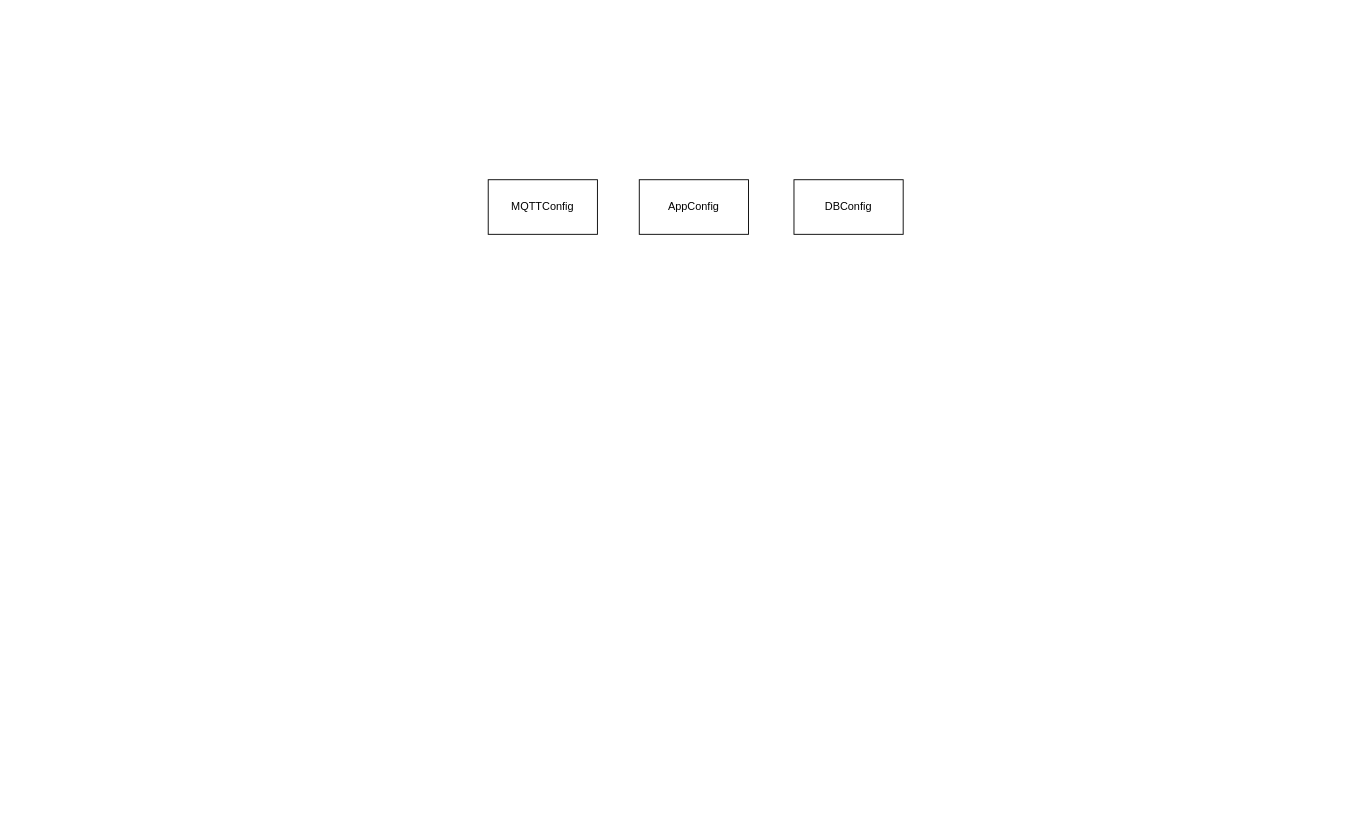
This is projects/IoT_Simulator/IoT_Simulator.drawio from codingpanda4396/industrial_Python_Learning, a draw.io file, before an edit. Source tidied: cells renumbered, new cells numbered last; positions are measured from the earlier drawing's top-left corner, leaving out a move shared by most shapes. Both pictures are drawn from the tidied source at 91%, with x=0, y=0 at pixel (488, 179).
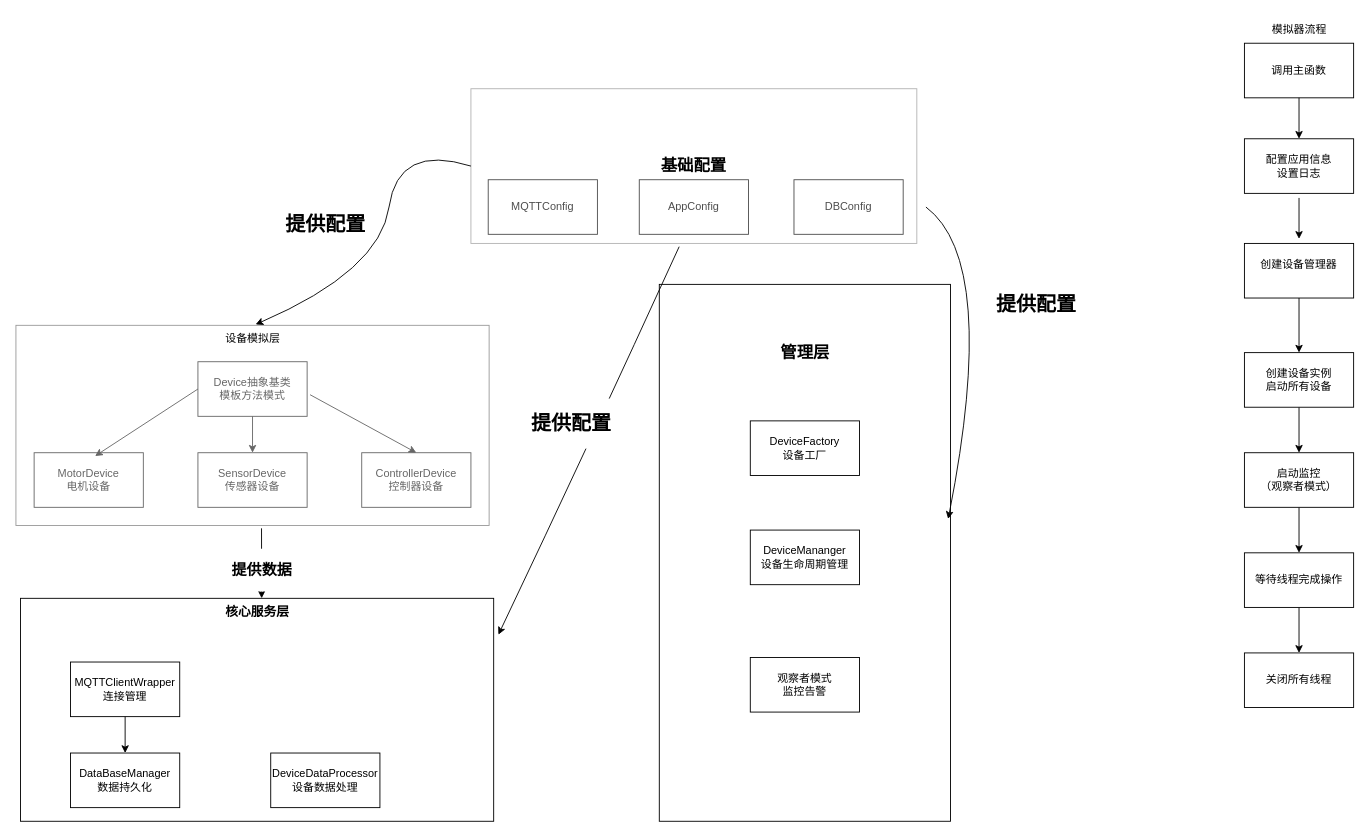
The same page after the edit.

What changed in the source:
```diff
@@
+    <mxCell id="5" value="&lt;h2&gt;基础配置&lt;/h2&gt;" style="rounded=0;whiteSpace=wrap;html=1;opacity=30;" parent="1" vertex="1">
+      <mxGeometry x="-19" y="-100" width="490" height="170" as="geometry" />
+    </mxCell>
+    <mxCell id="6" value="Device抽象基类&lt;div&gt;模板方法模式&lt;/div&gt;" style="rounded=0;whiteSpace=wrap;html=1;" parent="1" vertex="1">
+      <mxGeometry x="-319" y="200" width="120" height="60" as="geometry" />
+    </mxCell>
+    <mxCell id="7" value="MotorDevice&lt;div&gt;电机设备&lt;/div&gt;" style="rounded=0;whiteSpace=wrap;html=1;" parent="1" vertex="1">
+      <mxGeometry x="-499" y="300" width="120" height="60" as="geometry" />
+    </mxCell>
+    <mxCell id="8" value="SensorDevice&lt;div&gt;传感器设备&lt;/div&gt;" style="rounded=0;whiteSpace=wrap;html=1;" parent="1" vertex="1">
+      <mxGeometry x="-319" y="300" width="120" height="60" as="geometry" />
+    </mxCell>
+    <mxCell id="9" value="ControllerDevice&lt;div&gt;控制器设备&lt;/div&gt;" style="rounded=0;whiteSpace=wrap;html=1;" parent="1" vertex="1">
+      <mxGeometry x="-139" y="300" width="120" height="60" as="geometry" />
+    </mxCell>
+    <mxCell id="10" style="endArrow=classic;html=1;rounded=0;exitX=0;exitY=0.5;exitDx=0;exitDy=0;entryX=0.558;entryY=0.061;entryDx=0;entryDy=0;entryPerimeter=0;" parent="1" edge="1" source="6" target="7">
+      <mxGeometry relative="1" as="geometry" />
+    </mxCell>
+    <mxCell id="11" style="endArrow=classic;html=1;rounded=0;entryX=0.5;entryY=0;entryDx=0;entryDy=0;exitX=1.027;exitY=0.604;exitDx=0;exitDy=0;exitPerimeter=0;" parent="1" edge="1" source="6" target="9">
+      <mxGeometry relative="1" as="geometry" />
+    </mxCell>
+    <mxCell id="12" style="endArrow=classic;html=1;rounded=0;exitX=0.5;exitY=1;exitDx=0;exitDy=0;entryX=0.5;entryY=0;entryDx=0;entryDy=0;" parent="1" edge="1" source="6" target="8">
+      <mxGeometry relative="1" as="geometry" />
+    </mxCell>
+    <mxCell id="13" value="&lt;div style=&quot;&quot;&gt;&lt;br&gt;&lt;/div&gt;" style="rounded=0;whiteSpace=wrap;html=1;align=center;opacity=40;labelPosition=center;verticalLabelPosition=bottom;verticalAlign=top;" parent="1" vertex="1">
+      <mxGeometry x="-519" y="160" width="520" height="220" as="geometry" />
+    </mxCell>
+    <mxCell id="14" value="设备模拟层" style="text;html=1;align=center;verticalAlign=middle;points=[];strokeColor=none;fillColor=none;" parent="1" vertex="1">
+      <mxGeometry x="-299" y="160" width="80" height="30" as="geometry" />
+    </mxCell>
+    <mxCell id="15" style="curved=1;endArrow=classic;html=1;rounded=0;entryX=0.542;entryY=-0.033;entryDx=0;entryDy=0;entryPerimeter=0;exitX=0;exitY=0.5;exitDx=0;exitDy=0;" parent="1" edge="1" source="5" target="14">
+      <mxGeometry relative="1" as="geometry">
+        <Array as="points">
+          <mxPoint x="-99" y="-40" />
+          <mxPoint x="-119" y="100" />
+        </Array>
+      </mxGeometry>
+    </mxCell>
+    <mxCell id="16" value="&lt;h1&gt;提供配置&lt;/h1&gt;" style="edgeLabel;html=1;align=center;verticalAlign=middle;" parent="15" vertex="1">
+      <mxGeometry x="0.06" y="-5" relative="1" as="geometry">
+        <mxPoint x="-59" y="-23" as="offset" />
+      </mxGeometry>
+    </mxCell>
+    <mxCell id="17" style="rounded=0;whiteSpace=wrap;html=1;textOpacity=30;" parent="1" vertex="1">
+      <mxGeometry x="-514" y="460" width="520" height="245" as="geometry" />
+    </mxCell>
+    <mxCell id="18" value="&lt;h3&gt;核心服务层&lt;/h3&gt;" style="text;html=1;align=center;verticalAlign=middle;points=[];strokeColor=none;fillColor=none;" parent="1" vertex="1">
+      <mxGeometry x="-299" y="445" width="90" height="60" as="geometry" />
+    </mxCell>
+    <mxCell id="19" value="MQTTClientWrapper&lt;div&gt;连接管理&lt;/div&gt;" style="rounded=0;whiteSpace=wrap;html=1;" parent="1" vertex="1">
+      <mxGeometry x="-459" y="530" width="120" height="60" as="geometry" />
+    </mxCell>
+    <mxCell id="20" value="DataBaseManager&lt;div&gt;数据持久化&lt;/div&gt;" style="rounded=0;whiteSpace=wrap;html=1;" parent="1" vertex="1">
+      <mxGeometry x="-459" y="630" width="120" height="60" as="geometry" />
+    </mxCell>
+    <mxCell id="21" style="endArrow=classic;html=1;rounded=0;exitX=0.5;exitY=1;exitDx=0;exitDy=0;entryX=0.5;entryY=0;entryDx=0;entryDy=0;" parent="1" edge="1" source="19" target="20">
+      <mxGeometry relative="1" as="geometry" />
+    </mxCell>
+    <mxCell id="22" value="DeviceDataProcessor&lt;div&gt;设备数据处理&lt;/div&gt;" style="rounded=0;whiteSpace=wrap;html=1;" parent="1" vertex="1">
+      <mxGeometry x="-239" y="630" width="120" height="60" as="geometry" />
+    </mxCell>
+    <mxCell id="23" style="rounded=0;whiteSpace=wrap;html=1;direction=south;" parent="1" vertex="1">
+      <mxGeometry x="188" y="115" width="320" height="590" as="geometry" />
+    </mxCell>
+    <mxCell id="24" value="&lt;h2&gt;管理层&lt;/h2&gt;" style="text;html=1;align=center;verticalAlign=middle;strokeColor=none;fillColor=none;" parent="1" vertex="1">
+      <mxGeometry x="308" y="160" width="80" height="60" as="geometry" />
+    </mxCell>
+    <mxCell id="25" value="DeviceFactory&lt;div&gt;设备工厂&lt;/div&gt;" style="rounded=0;whiteSpace=wrap;html=1;" parent="1" vertex="1">
+      <mxGeometry x="288" y="265" width="120" height="60" as="geometry" />
+    </mxCell>
+    <mxCell id="26" value="DeviceMananger&lt;div&gt;设备生命周期管理&lt;/div&gt;" style="rounded=0;whiteSpace=wrap;html=1;" parent="1" vertex="1">
+      <mxGeometry x="288" y="385" width="120" height="60" as="geometry" />
+    </mxCell>
+    <mxCell id="27" value="观察者模式&lt;div&gt;监控告警&lt;/div&gt;" style="rounded=0;whiteSpace=wrap;html=1;" parent="1" vertex="1">
+      <mxGeometry x="288" y="525" width="120" height="60" as="geometry" />
+    </mxCell>
+    <mxCell id="28" style="curved=1;endArrow=classic;html=1;rounded=0;entryX=1.01;entryY=0.163;entryDx=0;entryDy=0;entryPerimeter=0;exitX=0.467;exitY=1.021;exitDx=0;exitDy=0;exitPerimeter=0;" parent="1" edge="1" source="5" target="17">
+      <mxGeometry relative="1" as="geometry">
+        <Array as="points">
+          <mxPoint x="111" y="290" />
+        </Array>
+      </mxGeometry>
+    </mxCell>
+    <mxCell id="29" value="&lt;h1&gt;提供配置&lt;/h1&gt;" style="edgeLabel;html=1;align=center;verticalAlign=middle;" parent="1" vertex="1">
+      <mxGeometry x="91" y="150" as="geometry">
+        <mxPoint x="-1" y="117" as="offset" />
+      </mxGeometry>
+    </mxCell>
+    <mxCell id="30" value="&lt;h1&gt;提供配置&lt;/h1&gt;" style="edgeLabel;html=1;align=center;verticalAlign=middle;" parent="1" vertex="1">
+      <mxGeometry x="602" y="20" as="geometry">
+        <mxPoint x="-1" y="117" as="offset" />
+      </mxGeometry>
+    </mxCell>
+    <mxCell id="31" style="curved=1;endArrow=classic;html=1;rounded=0;entryX=0.437;entryY=0.008;entryDx=0;entryDy=0;entryPerimeter=0;" parent="1" edge="1" target="23">
+      <mxGeometry relative="1" as="geometry">
+        <mxPoint x="481" y="30" as="sourcePoint" />
+        <Array as="points">
+          <mxPoint x="561" y="90" />
+        </Array>
+      </mxGeometry>
+    </mxCell>
+    <mxCell id="32" style="endArrow=classic;html=1;rounded=0;entryX=0.556;entryY=0.25;entryDx=0;entryDy=0;entryPerimeter=0;exitX=0.519;exitY=1.014;exitDx=0;exitDy=0;exitPerimeter=0;" parent="1" edge="1" source="13" target="18">
+      <mxGeometry relative="1" as="geometry" />
+    </mxCell>
+    <mxCell id="33" value="&lt;h2&gt;提供数据&lt;/h2&gt;" style="edgeLabel;html=1;align=center;verticalAlign=middle;" parent="32" vertex="1">
+      <mxGeometry x="0.15" relative="1" as="geometry">
+        <mxPoint y="1" as="offset" />
+      </mxGeometry>
+    </mxCell>
+    <mxCell id="34" value="调用主函数" style="rounded=0;whiteSpace=wrap;html=1;" parent="1" vertex="1">
+      <mxGeometry x="831" y="-150" width="120" height="60" as="geometry" />
+    </mxCell>
+    <mxCell id="35" value="配置应用信息&lt;div&gt;设置日志&lt;/div&gt;" style="whiteSpace=wrap;html=1;" parent="1" vertex="1">
+      <mxGeometry x="831" y="-45" width="120" height="60" as="geometry" />
+    </mxCell>
+    <mxCell id="36" value="创建设备管理器&lt;div&gt;&lt;br&gt;&lt;/div&gt;" style="whiteSpace=wrap;html=1;" parent="1" vertex="1">
+      <mxGeometry x="831" y="70" width="120" height="60" as="geometry" />
+    </mxCell>
+    <mxCell id="37" style="edgeStyle=orthogonalEdgeStyle;rounded=0;jettySize=auto;html=1;" parent="1" edge="1" source="38" target="40">
+      <mxGeometry relative="1" as="geometry" />
+    </mxCell>
+    <mxCell id="38" value="创建设备实例&lt;div&gt;启动所有设备&lt;/div&gt;" style="whiteSpace=wrap;html=1;" parent="1" vertex="1">
+      <mxGeometry x="831" y="190" width="120" height="60" as="geometry" />
+    </mxCell>
+    <mxCell id="39" style="edgeStyle=orthogonalEdgeStyle;rounded=0;jettySize=auto;html=1;" parent="1" edge="1" source="40" target="42">
+      <mxGeometry relative="1" as="geometry" />
+    </mxCell>
+    <mxCell id="40" value="&lt;div&gt;启动监控&lt;/div&gt;&lt;div&gt;（观察者模式）&lt;/div&gt;" style="whiteSpace=wrap;html=1;" parent="1" vertex="1">
+      <mxGeometry x="831" y="300" width="120" height="60" as="geometry" />
+    </mxCell>
+    <mxCell id="41" style="edgeStyle=orthogonalEdgeStyle;rounded=0;jettySize=auto;html=1;" parent="1" edge="1" source="42" target="43">
+      <mxGeometry relative="1" as="geometry" />
+    </mxCell>
+    <mxCell id="42" value="等待线程完成操作" style="whiteSpace=wrap;html=1;" parent="1" vertex="1">
+      <mxGeometry x="831" y="410" width="120" height="60" as="geometry" />
+    </mxCell>
+    <mxCell id="43" value="关闭所有线程" style="whiteSpace=wrap;html=1;" parent="1" vertex="1">
+      <mxGeometry x="831" y="520" width="120" height="60" as="geometry" />
+    </mxCell>
+    <mxCell id="44" style="endArrow=classic;html=1;rounded=0;exitX=0.5;exitY=1;exitDx=0;exitDy=0;entryX=0.5;entryY=0;entryDx=0;entryDy=0;" parent="1" edge="1" source="34" target="35">
+      <mxGeometry relative="1" as="geometry" />
+    </mxCell>
+    <mxCell id="45" style="endArrow=classic;html=1;rounded=0;exitX=0.5;exitY=1;exitDx=0;exitDy=0;entryX=0.5;entryY=0;entryDx=0;entryDy=0;" parent="1" edge="1">
+      <mxGeometry relative="1" as="geometry">
+        <mxPoint x="891" y="20" as="sourcePoint" />
+        <mxPoint x="891" y="65" as="targetPoint" />
+      </mxGeometry>
+    </mxCell>
+    <mxCell id="46" style="endArrow=classic;html=1;rounded=0;exitX=0.5;exitY=1;exitDx=0;exitDy=0;entryX=0.5;entryY=0;entryDx=0;entryDy=0;" parent="1" edge="1" source="36" target="38">
+      <mxGeometry relative="1" as="geometry" />
+    </mxCell>
+    <mxCell id="47" value="模拟器流程" style="text;html=1;align=center;verticalAlign=middle;strokeColor=none;fillColor=none;" parent="1" vertex="1">
+      <mxGeometry x="851" y="-180" width="80" height="30" as="geometry" />
+    </mxCell>
```
